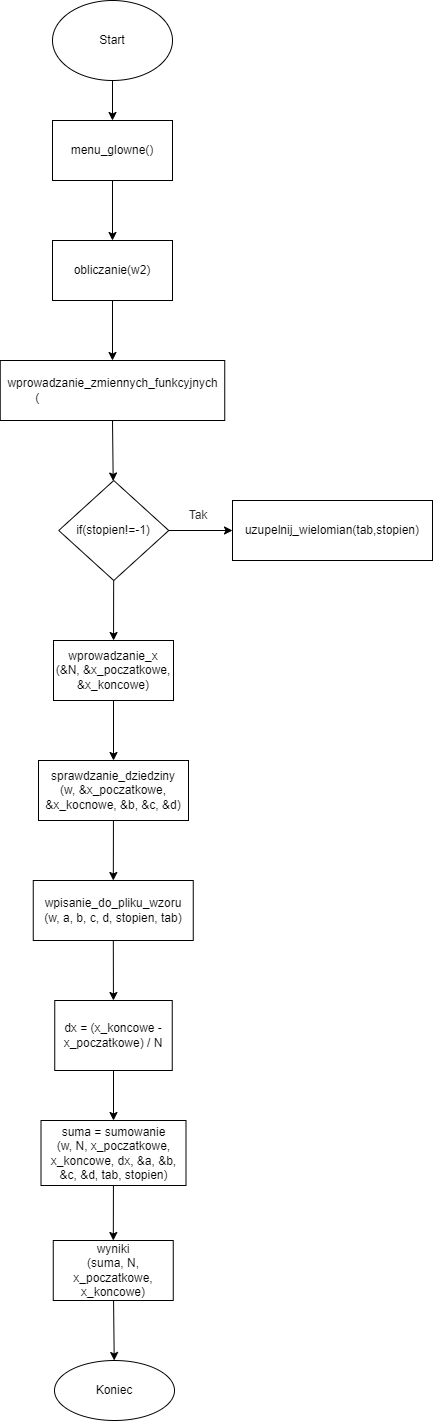
Before: Schemat_blokowy.png, a diagram exported from draw.io (an4xdev/PodstawyProgramowaniaProjektCalkaMetodaTrapezow). Source tidied: cells renumbered, new cells last; positions are measured from the earlier drawing's top-left corner, leaving out a move shared by most shapes. Its diagram source:
```xml
<mxGraphModel background="#ffffff" shadow="1">
  <root>
    <mxCell id="0" />
    <mxCell id="1" parent="0" />
    <mxCell id="2" style="edgeStyle=none;html=1;" parent="1" edge="1" source="3" target="5">
      <mxGeometry relative="1" as="geometry" />
    </mxCell>
    <mxCell id="3" value="Start" style="ellipse;whiteSpace=wrap;html=1;" parent="1" vertex="1">
      <mxGeometry x="52" width="120" height="80" as="geometry" />
    </mxCell>
    <mxCell id="4" style="edgeStyle=none;html=1;" parent="1" edge="1" source="5" target="7">
      <mxGeometry relative="1" as="geometry" />
    </mxCell>
    <mxCell id="5" value="menu_glowne()" style="whiteSpace=wrap;html=1;" parent="1" vertex="1">
      <mxGeometry x="52" y="120" width="120" height="60" as="geometry" />
    </mxCell>
    <mxCell id="6" style="edgeStyle=none;html=1;" parent="1" edge="1" source="7" target="9">
      <mxGeometry relative="1" as="geometry" />
    </mxCell>
    <mxCell id="7" value="obliczanie(w2)" style="whiteSpace=wrap;html=1;" parent="1" vertex="1">
      <mxGeometry x="52" y="240" width="120" height="60" as="geometry" />
    </mxCell>
    <mxCell id="8" style="edgeStyle=none;html=1;exitX=0.5;exitY=1;exitDx=0;exitDy=0;fontFamily=Helvetica;fontSize=12;fontColor=#FFFFFF;" parent="1" edge="1" source="9" target="12">
      <mxGeometry relative="1" as="geometry" />
    </mxCell>
    <mxCell id="9" value="wprowadzanie_zmiennych_funkcyjnych&lt;br&gt;(&lt;font color=&quot;#ffffff&quot; style=&quot;font-size: 12px&quot;&gt;&lt;span&gt;w&lt;/span&gt;, &amp;amp;&lt;span&gt;a&lt;/span&gt;, &amp;amp;&lt;span&gt;b&lt;/span&gt;, &amp;amp;&lt;span&gt;c&lt;/span&gt;, &amp;amp;&lt;span&gt;d&lt;/span&gt;, &amp;amp;&lt;span&gt;stopien&lt;/span&gt;&lt;span&gt;)&lt;/span&gt;&lt;/font&gt;" style="whiteSpace=wrap;html=1;" parent="1" vertex="1">
      <mxGeometry x="-0.2" y="360" width="224.5" height="60" as="geometry" />
    </mxCell>
    <mxCell id="10" style="edgeStyle=none;html=1;fontFamily=Helvetica;fontSize=12;fontColor=#FFFFFF;" parent="1" edge="1" source="12" target="13">
      <mxGeometry relative="1" as="geometry" />
    </mxCell>
    <mxCell id="11" style="edgeStyle=none;html=1;fontFamily=Helvetica;fontSize=12;fontColor=#FFFFFF;" parent="1" edge="1" source="12" target="16">
      <mxGeometry relative="1" as="geometry" />
    </mxCell>
    <mxCell id="12" value="if(stopien!=-1)" style="rhombus;whiteSpace=wrap;html=1;labelBackgroundColor=none;fontFamily=Helvetica;fontSize=12;" parent="1" vertex="1">
      <mxGeometry x="58.2" y="480" width="110" height="100" as="geometry" />
    </mxCell>
    <mxCell id="13" value="uzupelnij_wielomian(tab,stopien)" style="whiteSpace=wrap;html=1;labelBackgroundColor=none;" parent="1" vertex="1">
      <mxGeometry x="232" y="500" width="200" height="60" as="geometry" />
    </mxCell>
    <mxCell id="14" value="&lt;font color=&quot;#2a2a2a&quot;&gt;Tak&lt;/font&gt;" style="text;html=1;align=center;verticalAlign=middle;whiteSpace=wrap;rounded=0;labelBackgroundColor=none;fontFamily=Helvetica;fontSize=12;" parent="1" vertex="1">
      <mxGeometry x="168.2" y="500" width="60" height="30" as="geometry" />
    </mxCell>
    <mxCell id="15" style="edgeStyle=none;html=1;fontFamily=Helvetica;fontSize=12;fontColor=#FFFFFF;" parent="1" edge="1" source="16" target="18">
      <mxGeometry relative="1" as="geometry" />
    </mxCell>
    <mxCell id="16" value="wprowadzanie_x&lt;br&gt;(&amp;amp;N, &amp;amp;x_poczatkowe, &amp;amp;x_koncowe)" style="whiteSpace=wrap;html=1;labelBackgroundColor=none;" parent="1" vertex="1">
      <mxGeometry x="53" y="640" width="120" height="60" as="geometry" />
    </mxCell>
    <mxCell id="17" style="edgeStyle=none;html=1;fontFamily=Helvetica;fontSize=12;fontColor=#FFFFFF;" parent="1" edge="1" source="18" target="20">
      <mxGeometry relative="1" as="geometry" />
    </mxCell>
    <mxCell id="18" value="sprawdzanie_dziedziny&lt;br&gt;(w, &amp;amp;x_poczatkowe, &amp;amp;x_kocnowe, &amp;amp;b, &amp;amp;c, &amp;amp;d)" style="whiteSpace=wrap;html=1;labelBackgroundColor=none;" parent="1" vertex="1">
      <mxGeometry x="38" y="760" width="150" height="60" as="geometry" />
    </mxCell>
    <mxCell id="19" style="edgeStyle=none;html=1;fontFamily=Helvetica;fontSize=12;fontColor=#FFFFFF;" parent="1" edge="1" source="20" target="22">
      <mxGeometry relative="1" as="geometry" />
    </mxCell>
    <mxCell id="20" value="wpisanie_do_pliku_wzoru&lt;br&gt;(w, a, b, c, d, stopien, tab)" style="whiteSpace=wrap;html=1;labelBackgroundColor=none;" parent="1" vertex="1">
      <mxGeometry x="32.8" y="880" width="160" height="60" as="geometry" />
    </mxCell>
    <mxCell id="21" style="edgeStyle=none;html=1;fontFamily=Helvetica;fontSize=12;fontColor=#FFFFFF;" parent="1" edge="1" source="22" target="24">
      <mxGeometry relative="1" as="geometry" />
    </mxCell>
    <mxCell id="22" value="dx = (x_koncowe - x_poczatkowe) / N&lt;br&gt;" style="whiteSpace=wrap;html=1;labelBackgroundColor=none;" parent="1" vertex="1">
      <mxGeometry x="54.2" y="1000" width="117.5" height="70" as="geometry" />
    </mxCell>
    <mxCell id="23" style="edgeStyle=none;html=1;fontFamily=Helvetica;fontSize=12;fontColor=#FFFFFF;" parent="1" edge="1" source="24" target="26">
      <mxGeometry relative="1" as="geometry" />
    </mxCell>
    <mxCell id="24" value="&lt;span&gt;suma = sumowanie&lt;/span&gt;&lt;br&gt;&lt;span&gt;(w, N, x_poczatkowe, x_koncowe, dx, &amp;amp;a, &amp;amp;b, &amp;amp;c, &amp;amp;d, tab, stopien)&lt;/span&gt;" style="whiteSpace=wrap;html=1;labelBackgroundColor=none;" parent="1" vertex="1">
      <mxGeometry x="40.5" y="1120" width="145" height="65" as="geometry" />
    </mxCell>
    <mxCell id="25" style="edgeStyle=none;html=1;fontFamily=Helvetica;fontSize=12;fontColor=#FFFFFF;" parent="1" edge="1" source="26" target="27">
      <mxGeometry relative="1" as="geometry" />
    </mxCell>
    <mxCell id="26" value="wyniki&lt;br&gt;(suma, N, x_poczatkowe, x_koncowe)" style="whiteSpace=wrap;html=1;labelBackgroundColor=none;" parent="1" vertex="1">
      <mxGeometry x="52.8" y="1240" width="120" height="60" as="geometry" />
    </mxCell>
    <mxCell id="27" value="Koniec" style="ellipse;whiteSpace=wrap;html=1;labelBackgroundColor=none;" parent="1" vertex="1">
      <mxGeometry x="54" y="1360" width="120" height="60" as="geometry" />
    </mxCell>
  </root>
</mxGraphModel>
```
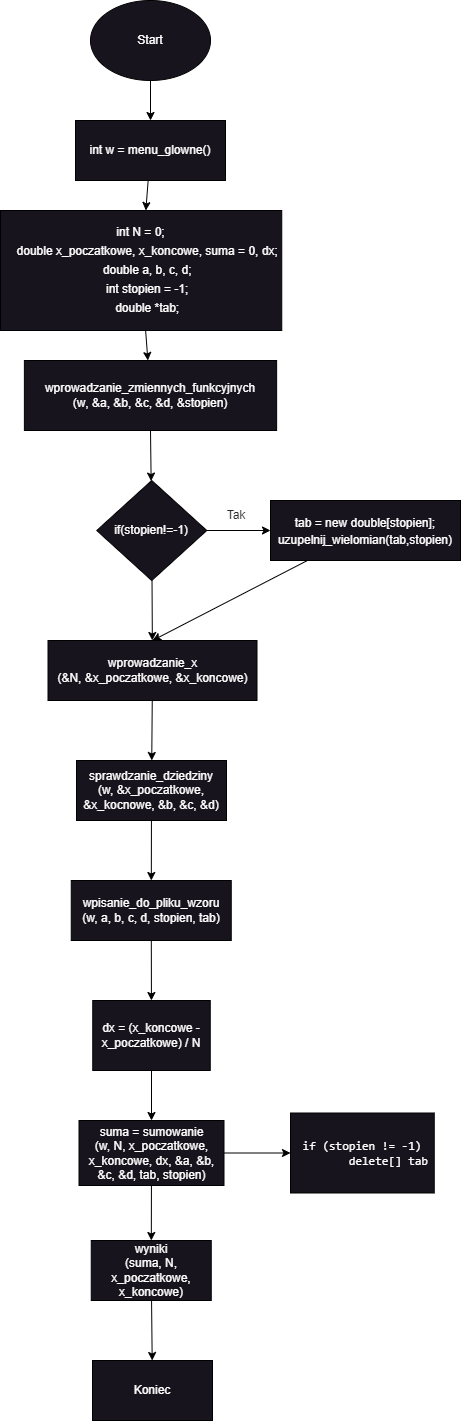
The same file after the commit.

Commit message:
zmiana struktury programu i schematu blokowego

The edit, as a diff of the source:
```diff
@@ -5,26 +5,20 @@
     <mxCell id="2" style="edgeStyle=none;html=1;" parent="1" edge="1" source="3" target="5">
       <mxGeometry relative="1" as="geometry" />
     </mxCell>
-    <mxCell id="3" value="Start" style="ellipse;whiteSpace=wrap;html=1;" parent="1" vertex="1">
+    <mxCell id="3" value="&lt;font color=&quot;#ffffff&quot;&gt;Start&lt;/font&gt;" style="ellipse;whiteSpace=wrap;html=1;fillColor=#18141D;" parent="1" vertex="1">
       <mxGeometry x="52" width="120" height="80" as="geometry" />
     </mxCell>
-    <mxCell id="4" style="edgeStyle=none;html=1;" parent="1" edge="1" source="5" target="7">
-      <mxGeometry relative="1" as="geometry" />
-    </mxCell>
+    <mxCell id="28" style="edgeStyle=none;html=1;" parent="1" edge="1" source="5" target="32">
+      <mxGeometry relative="1" as="geometry" />
+    </mxCell>
-    <mxCell id="5" value="menu_glowne()" style="whiteSpace=wrap;html=1;" parent="1" vertex="1">
-      <mxGeometry x="52" y="120" width="120" height="60" as="geometry" />
+    <mxCell id="5" value="&lt;font color=&quot;#ffffff&quot;&gt;int w = menu_glowne()&lt;/font&gt;" style="whiteSpace=wrap;html=1;fillColor=#18141D;" parent="1" vertex="1">
+      <mxGeometry x="37" y="120" width="150" height="60" as="geometry" />
     </mxCell>
-    <mxCell id="6" style="edgeStyle=none;html=1;" parent="1" edge="1" source="7" target="9">
-      <mxGeometry relative="1" as="geometry" />
-    </mxCell>
-    <mxCell id="7" value="obliczanie(w2)" style="whiteSpace=wrap;html=1;" parent="1" vertex="1">
-      <mxGeometry x="52" y="240" width="120" height="60" as="geometry" />
-    </mxCell>
     <mxCell id="8" style="edgeStyle=none;html=1;exitX=0.5;exitY=1;exitDx=0;exitDy=0;fontFamily=Helvetica;fontSize=12;fontColor=#FFFFFF;" parent="1" edge="1" source="9" target="12">
       <mxGeometry relative="1" as="geometry" />
     </mxCell>
-    <mxCell id="9" value="wprowadzanie_zmiennych_funkcyjnych&lt;br&gt;(&lt;font color=&quot;#ffffff&quot; style=&quot;font-size: 12px&quot;&gt;&lt;span&gt;w&lt;/span&gt;, &amp;amp;&lt;span&gt;a&lt;/span&gt;, &amp;amp;&lt;span&gt;b&lt;/span&gt;, &amp;amp;&lt;span&gt;c&lt;/span&gt;, &amp;amp;&lt;span&gt;d&lt;/span&gt;, &amp;amp;&lt;span&gt;stopien&lt;/span&gt;&lt;span&gt;)&lt;/span&gt;&lt;/font&gt;" style="whiteSpace=wrap;html=1;" parent="1" vertex="1">
-      <mxGeometry x="-0.2" y="360" width="224.5" height="60" as="geometry" />
+    <mxCell id="9" value="&lt;font color=&quot;#ffffff&quot;&gt;wprowadzanie_zmiennych_funkcyjnych&lt;br&gt;(&lt;font style=&quot;font-size: 12px&quot;&gt;&lt;span&gt;w&lt;/span&gt;, &amp;amp;&lt;span&gt;a&lt;/span&gt;, &amp;amp;&lt;span&gt;b&lt;/span&gt;, &amp;amp;&lt;span&gt;c&lt;/span&gt;, &amp;amp;&lt;span&gt;d&lt;/span&gt;, &amp;amp;&lt;span&gt;stopien&lt;/span&gt;&lt;span&gt;)&lt;/span&gt;&lt;/font&gt;&lt;/font&gt;" style="whiteSpace=wrap;html=1;fillColor=#18141D;" parent="1" vertex="1">
+      <mxGeometry x="-14.1" y="360" width="252.2" height="70" as="geometry" />
     </mxCell>
     <mxCell id="10" style="edgeStyle=none;html=1;fontFamily=Helvetica;fontSize=12;fontColor=#FFFFFF;" parent="1" edge="1" source="12" target="13">
       <mxGeometry relative="1" as="geometry" />
@@ -32,11 +26,14 @@
     <mxCell id="11" style="edgeStyle=none;html=1;fontFamily=Helvetica;fontSize=12;fontColor=#FFFFFF;" parent="1" edge="1" source="12" target="16">
       <mxGeometry relative="1" as="geometry" />
     </mxCell>
-    <mxCell id="12" value="if(stopien!=-1)" style="rhombus;whiteSpace=wrap;html=1;labelBackgroundColor=none;fontFamily=Helvetica;fontSize=12;" parent="1" vertex="1">
+    <mxCell id="12" value="&lt;font color=&quot;#ffffff&quot;&gt;if(stopien!=-1)&lt;/font&gt;" style="rhombus;whiteSpace=wrap;html=1;fillColor=#18141D;" parent="1" vertex="1">
       <mxGeometry x="58.2" y="480" width="110" height="100" as="geometry" />
     </mxCell>
+    <mxCell id="29" style="edgeStyle=none;html=1;entryX=0.5;entryY=0;entryDx=0;entryDy=0;" parent="1" edge="1" source="13" target="16">
+      <mxGeometry relative="1" as="geometry" />
+    </mxCell>
-    <mxCell id="13" value="uzupelnij_wielomian(tab,stopien)" style="whiteSpace=wrap;html=1;labelBackgroundColor=none;" parent="1" vertex="1">
-      <mxGeometry x="232" y="500" width="200" height="60" as="geometry" />
+    <mxCell id="13" value="&lt;div style=&quot;line-height: 19px;&quot;&gt;&lt;font color=&quot;#ffffff&quot; style=&quot;font-size: 12px;&quot;&gt;tab = new double[stopien];&lt;/font&gt;&lt;/div&gt;&lt;font color=&quot;#ffffff&quot; style=&quot;font-size: 12px;&quot;&gt;uzupelnij_wielomian(tab,stopien)&lt;/font&gt;" style="whiteSpace=wrap;html=1;fillColor=#18141D;color:#FFFFFF;" parent="1" vertex="1">
+      <mxGeometry x="232" y="500" width="190" height="60" as="geometry" />
     </mxCell>
     <mxCell id="14" value="&lt;font color=&quot;#2a2a2a&quot;&gt;Tak&lt;/font&gt;" style="text;html=1;align=center;verticalAlign=middle;whiteSpace=wrap;rounded=0;labelBackgroundColor=none;fontFamily=Helvetica;fontSize=12;" parent="1" vertex="1">
       <mxGeometry x="168.2" y="500" width="60" height="30" as="geometry" />
@@ -44,41 +41,53 @@
     <mxCell id="15" style="edgeStyle=none;html=1;fontFamily=Helvetica;fontSize=12;fontColor=#FFFFFF;" parent="1" edge="1" source="16" target="18">
       <mxGeometry relative="1" as="geometry" />
     </mxCell>
-    <mxCell id="16" value="wprowadzanie_x&lt;br&gt;(&amp;amp;N, &amp;amp;x_poczatkowe, &amp;amp;x_koncowe)" style="whiteSpace=wrap;html=1;labelBackgroundColor=none;" parent="1" vertex="1">
-      <mxGeometry x="53" y="640" width="120" height="60" as="geometry" />
+    <mxCell id="16" value="&lt;font color=&quot;#ffffff&quot;&gt;wprowadzanie_x&lt;br&gt;(&amp;amp;N, &amp;amp;x_poczatkowe, &amp;amp;x_koncowe)&lt;/font&gt;" style="whiteSpace=wrap;html=1;fillColor=#18141D;" parent="1" vertex="1">
+      <mxGeometry x="9.5" y="640" width="209" height="60" as="geometry" />
     </mxCell>
     <mxCell id="17" style="edgeStyle=none;html=1;fontFamily=Helvetica;fontSize=12;fontColor=#FFFFFF;" parent="1" edge="1" source="18" target="20">
       <mxGeometry relative="1" as="geometry" />
     </mxCell>
-    <mxCell id="18" value="sprawdzanie_dziedziny&lt;br&gt;(w, &amp;amp;x_poczatkowe, &amp;amp;x_kocnowe, &amp;amp;b, &amp;amp;c, &amp;amp;d)" style="whiteSpace=wrap;html=1;labelBackgroundColor=none;" parent="1" vertex="1">
+    <mxCell id="18" value="&lt;font color=&quot;#ffffff&quot;&gt;sprawdzanie_dziedziny&lt;br&gt;(w, &amp;amp;x_poczatkowe, &amp;amp;x_kocnowe, &amp;amp;b, &amp;amp;c, &amp;amp;d)&lt;/font&gt;" style="whiteSpace=wrap;html=1;fillColor=#18141D;" parent="1" vertex="1">
       <mxGeometry x="38" y="760" width="150" height="60" as="geometry" />
     </mxCell>
     <mxCell id="19" style="edgeStyle=none;html=1;fontFamily=Helvetica;fontSize=12;fontColor=#FFFFFF;" parent="1" edge="1" source="20" target="22">
       <mxGeometry relative="1" as="geometry" />
     </mxCell>
-    <mxCell id="20" value="wpisanie_do_pliku_wzoru&lt;br&gt;(w, a, b, c, d, stopien, tab)" style="whiteSpace=wrap;html=1;labelBackgroundColor=none;" parent="1" vertex="1">
+    <mxCell id="20" value="&lt;font color=&quot;#ffffff&quot;&gt;wpisanie_do_pliku_wzoru&lt;br&gt;(w, a, b, c, d, stopien, tab)&lt;/font&gt;" style="whiteSpace=wrap;html=1;fillColor=#18141D;" parent="1" vertex="1">
       <mxGeometry x="32.8" y="880" width="160" height="60" as="geometry" />
     </mxCell>
     <mxCell id="21" style="edgeStyle=none;html=1;fontFamily=Helvetica;fontSize=12;fontColor=#FFFFFF;" parent="1" edge="1" source="22" target="24">
       <mxGeometry relative="1" as="geometry" />
     </mxCell>
-    <mxCell id="22" value="dx = (x_koncowe - x_poczatkowe) / N&lt;br&gt;" style="whiteSpace=wrap;html=1;labelBackgroundColor=none;" parent="1" vertex="1">
+    <mxCell id="22" value="&lt;font color=&quot;#ffffff&quot;&gt;dx = (x_koncowe - x_poczatkowe) / N&lt;/font&gt;" style="whiteSpace=wrap;html=1;fillColor=#18141D;" parent="1" vertex="1">
       <mxGeometry x="54.2" y="1000" width="117.5" height="70" as="geometry" />
     </mxCell>
     <mxCell id="23" style="edgeStyle=none;html=1;fontFamily=Helvetica;fontSize=12;fontColor=#FFFFFF;" parent="1" edge="1" source="24" target="26">
       <mxGeometry relative="1" as="geometry" />
     </mxCell>
+    <mxCell id="30" style="edgeStyle=none;html=1;fontFamily=Helvetica;fontSize=12;fontColor=#FFFFFF;" parent="1" edge="1" source="24" target="33">
+      <mxGeometry relative="1" as="geometry" />
+    </mxCell>
-    <mxCell id="24" value="&lt;span&gt;suma = sumowanie&lt;/span&gt;&lt;br&gt;&lt;span&gt;(w, N, x_poczatkowe, x_koncowe, dx, &amp;amp;a, &amp;amp;b, &amp;amp;c, &amp;amp;d, tab, stopien)&lt;/span&gt;" style="whiteSpace=wrap;html=1;labelBackgroundColor=none;" parent="1" vertex="1">
+    <mxCell id="24" value="&lt;font color=&quot;#ffffff&quot;&gt;&lt;span&gt;suma = sumowanie&lt;/span&gt;&lt;br&gt;&lt;span&gt;(w, N, x_poczatkowe, x_koncowe, dx, &amp;amp;a, &amp;amp;b, &amp;amp;c, &amp;amp;d, tab, stopien)&lt;/span&gt;&lt;/font&gt;" style="whiteSpace=wrap;html=1;fillColor=#18141D;" parent="1" vertex="1">
       <mxGeometry x="40.5" y="1120" width="145" height="65" as="geometry" />
     </mxCell>
     <mxCell id="25" style="edgeStyle=none;html=1;fontFamily=Helvetica;fontSize=12;fontColor=#FFFFFF;" parent="1" edge="1" source="26" target="27">
       <mxGeometry relative="1" as="geometry" />
     </mxCell>
-    <mxCell id="26" value="wyniki&lt;br&gt;(suma, N, x_poczatkowe, x_koncowe)" style="whiteSpace=wrap;html=1;labelBackgroundColor=none;" parent="1" vertex="1">
+    <mxCell id="26" value="&lt;font color=&quot;#ffffff&quot;&gt;wyniki&lt;br&gt;(suma, N, x_poczatkowe, x_koncowe)&lt;/font&gt;" style="whiteSpace=wrap;html=1;fillColor=#18141D;" parent="1" vertex="1">
       <mxGeometry x="52.8" y="1240" width="120" height="60" as="geometry" />
     </mxCell>
-    <mxCell id="27" value="Koniec" style="ellipse;whiteSpace=wrap;html=1;labelBackgroundColor=none;" parent="1" vertex="1">
+    <mxCell id="27" value="&lt;font color=&quot;#ffffff&quot;&gt;Koniec&lt;/font&gt;" style="whiteSpace=wrap;html=1;fillColor=#18141D;" parent="1" vertex="1">
       <mxGeometry x="54" y="1360" width="120" height="60" as="geometry" />
     </mxCell>
+    <mxCell id="31" style="edgeStyle=none;html=1;fontFamily=Helvetica;fontColor=#FFFFFF;" parent="1" edge="1" source="32" target="9">
+      <mxGeometry relative="1" as="geometry" />
+    </mxCell>
+    <mxCell id="32" value="&lt;div style=&quot;line-height: 19px;&quot;&gt;&lt;div style=&quot;&quot;&gt;&lt;font color=&quot;#ffffff&quot; style=&quot;font-size: 12px;&quot;&gt;int N = 0;&lt;/font&gt;&lt;/div&gt;&lt;div style=&quot;&quot;&gt;&lt;font color=&quot;#ffffff&quot; style=&quot;font-size: 12px;&quot;&gt;&amp;nbsp; &amp;nbsp; double x_poczatkowe, x_koncowe, suma = 0, dx;&lt;/font&gt;&lt;/div&gt;&lt;div style=&quot;&quot;&gt;&lt;font color=&quot;#ffffff&quot; style=&quot;font-size: 12px;&quot;&gt;&amp;nbsp; &amp;nbsp; double a, b, c, d;&lt;/font&gt;&lt;/div&gt;&lt;div style=&quot;&quot;&gt;&lt;font color=&quot;#ffffff&quot; style=&quot;font-size: 12px;&quot;&gt;&amp;nbsp; &amp;nbsp; int stopien = -1;&lt;/font&gt;&lt;/div&gt;&lt;div style=&quot;&quot;&gt;&lt;font color=&quot;#ffffff&quot; style=&quot;font-size: 12px;&quot;&gt;&amp;nbsp; &amp;nbsp; double *tab;&lt;/font&gt;&lt;/div&gt;&lt;/div&gt;" style="whiteSpace=wrap;html=1;fillColor=#18141D;" parent="1" vertex="1">
+      <mxGeometry x="-38" y="210" width="281.2" height="120" as="geometry" />
+    </mxCell>
+    <mxCell id="33" value="&lt;div style=&quot;font-family: Consolas, &amp;quot;Courier New&amp;quot;, monospace;&quot;&gt;&lt;font style=&quot;background-color: rgb(24, 20, 29); font-size: 12px;&quot; color=&quot;#ffffff&quot;&gt;if (stopien != -1)&lt;/font&gt;&lt;/div&gt;&lt;div style=&quot;font-family: Consolas, &amp;quot;Courier New&amp;quot;, monospace;&quot;&gt;&lt;font style=&quot;background-color: rgb(24, 20, 29); font-size: 12px;&quot; color=&quot;#ffffff&quot;&gt;&amp;nbsp; &amp;nbsp; &amp;nbsp; &amp;nbsp; delete[] tab&lt;/font&gt;&lt;/div&gt;" style="whiteSpace=wrap;html=1;fillColor=#18141D;" parent="1" vertex="1">
+      <mxGeometry x="252" y="1112.5" width="143.8" height="80" as="geometry" />
+    </mxCell>
   </root>
 </mxGraphModel>
```
